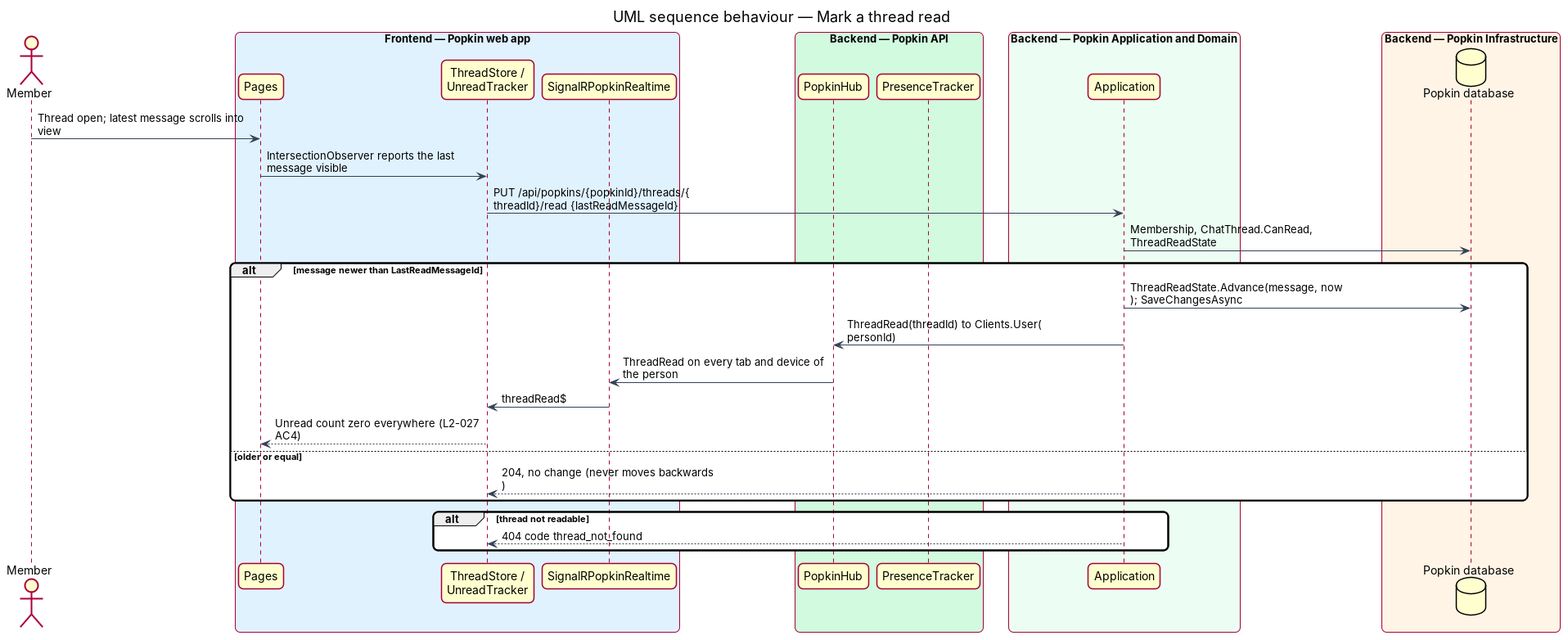
This is docs/detailed-designs/chat/live-messages/diagrams/sequence-mark-read.png from QuinntyneBrown/popkin, a PlantUML export, as it was before one commit. Its source is kept beside it as docs/detailed-designs/chat/live-messages/diagrams/sequence-mark-read.puml.
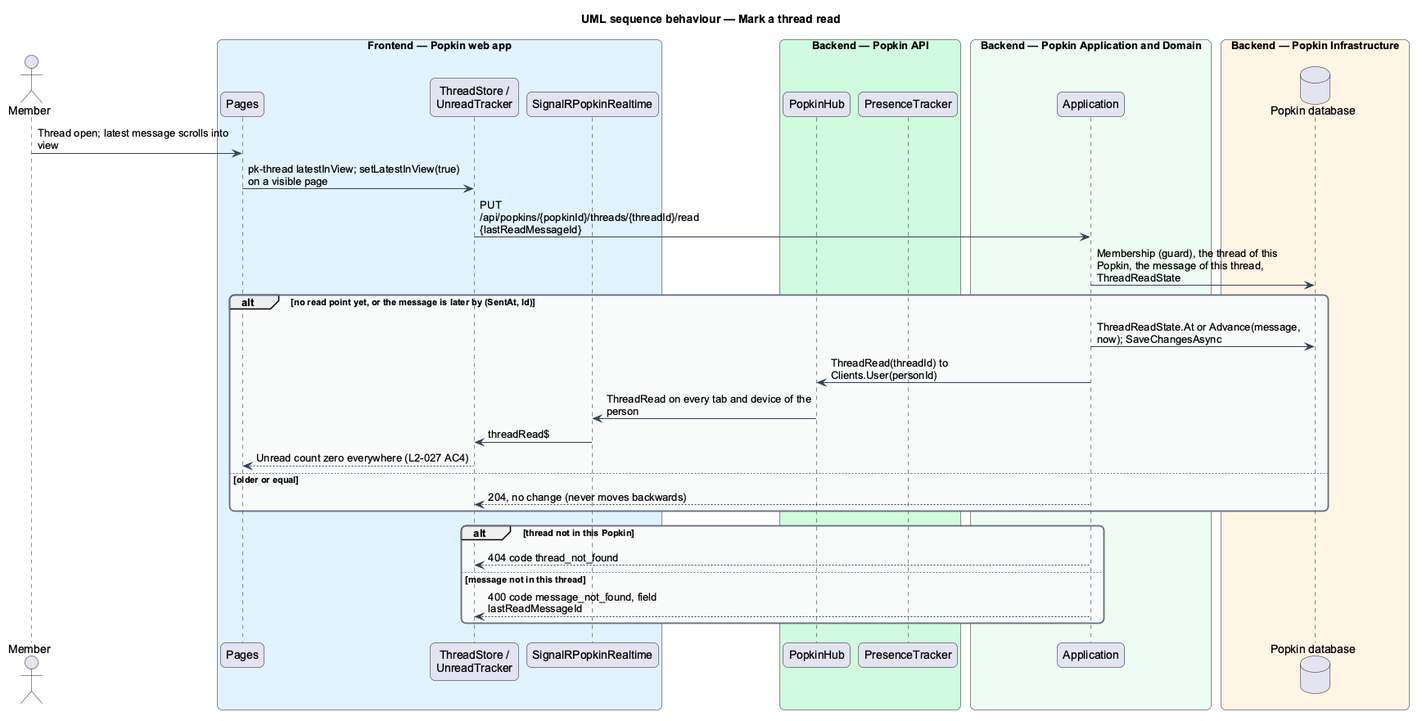
Later version of the same file.

Diff of the diagram source:
```diff
@@ -33,11 +33,11 @@
   database "Popkin database" as db
 end box
 actor -> page : Thread open; latest message scrolls into view
-page -> store : IntersectionObserver reports the last message visible
+page -> store : pk-thread latestInView; setLatestInView(true) on a visible page
 store -> handler : PUT /api/popkins/{popkinId}/threads/{threadId}/read {lastReadMessageId}
-handler -> db : Membership, ChatThread.CanRead, ThreadReadState
-alt message newer than LastReadMessageId
-  handler -> db : ThreadReadState.Advance(message, now); SaveChangesAsync
+handler -> db : Membership (guard), the thread of this Popkin, the message of this thread, ThreadReadState
+alt no read point yet, or the message is later by (SentAt, Id)
+  handler -> db : ThreadReadState.At or Advance(message, now); SaveChangesAsync
   handler -> hub : ThreadRead(threadId) to Clients.User(personId)
   hub -> rt : ThreadRead on every tab and device of the person
   rt -> store : threadRead$
@@ -45,7 +45,9 @@
 else older or equal
   handler --> store : 204, no change (never moves backwards)
 end
-alt thread not readable
+alt thread not in this Popkin
   handler --> store : 404 code thread_not_found
+else message not in this thread
+  handler --> store : 400 code message_not_found, field lastReadMessageId
 end
 @enduml
```
